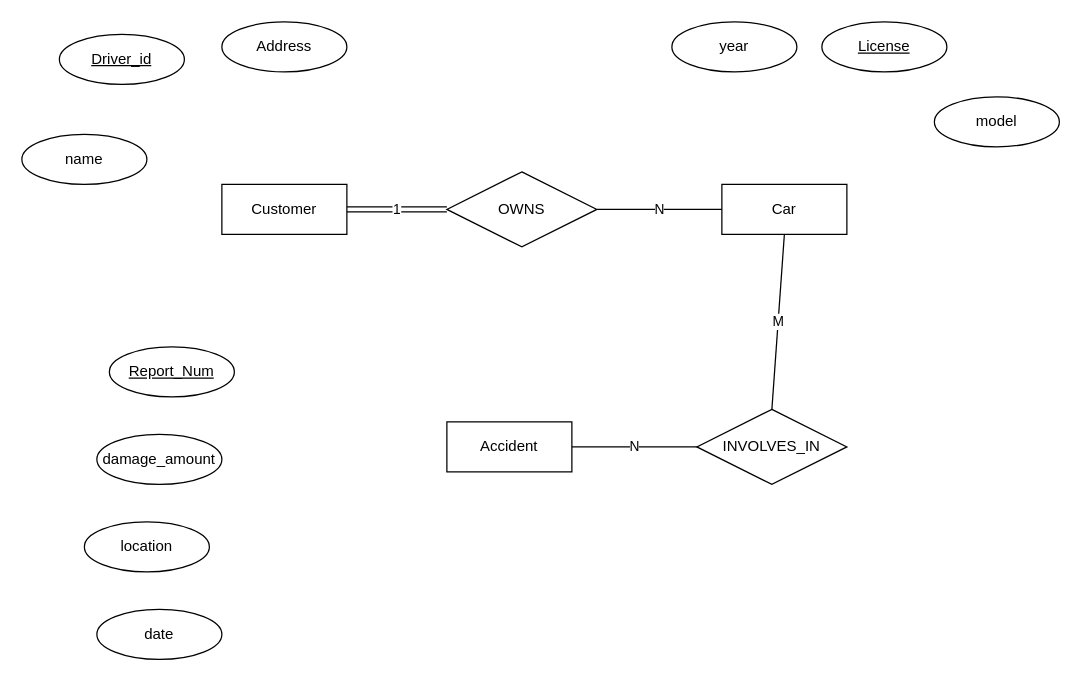
Above: Lab_9.drawio in saiaungkyawmaw/ER-diagram_DatabaseClass (draw.io), before the change. Source tidied: cells renumbered, new cells numbered last; positions are measured from the earlier drawing's top-left corner, leaving out a move shared by most shapes. Both pictures are drawn from the tidied source at 125%, with x=0, y=0 at pixel (21, 21).
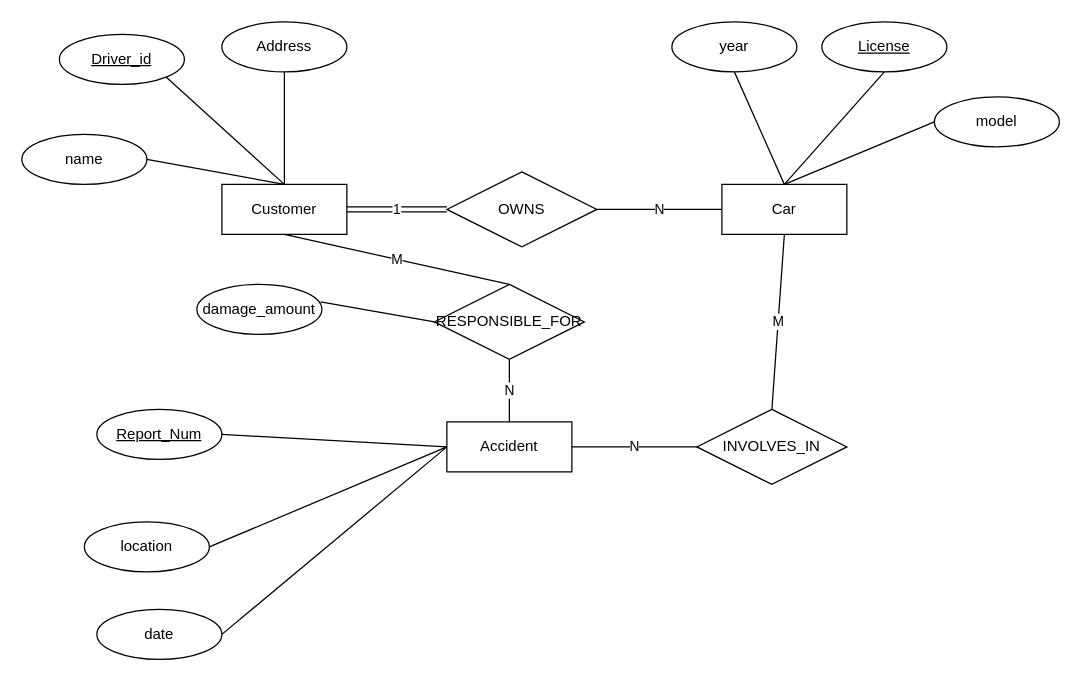
The same page after the edit.

The change refers to these unchanged cells:
```xml
<mxCell id="2" value="Customer" style="whiteSpace=wrap;html=1;align=center;" parent="1" vertex="1">
  <mxGeometry x="160" y="130" width="100" height="40" as="geometry" />
</mxCell>
<mxCell id="3" value="Car" style="whiteSpace=wrap;html=1;align=center;" parent="1" vertex="1">
  <mxGeometry x="560" y="130" width="100" height="40" as="geometry" />
</mxCell>
<mxCell id="4" value="Accident" style="whiteSpace=wrap;html=1;align=center;" parent="1" vertex="1">
  <mxGeometry x="340" y="320" width="100" height="40" as="geometry" />
</mxCell>
<mxCell id="5" value="Driver_id" style="ellipse;whiteSpace=wrap;html=1;align=center;fontStyle=4;" parent="1" vertex="1">
  <mxGeometry x="30" y="10" width="100" height="40" as="geometry" />
</mxCell>
<mxCell id="6" value="name" style="ellipse;whiteSpace=wrap;html=1;align=center;" parent="1" vertex="1">
  <mxGeometry y="90" width="100" height="40" as="geometry" />
</mxCell>
<mxCell id="7" value="Address" style="ellipse;whiteSpace=wrap;html=1;align=center;" parent="1" vertex="1">
  <mxGeometry x="160" width="100" height="40" as="geometry" />
</mxCell>
<mxCell id="9" value="License" style="ellipse;whiteSpace=wrap;html=1;align=center;fontStyle=4;" parent="1" vertex="1">
  <mxGeometry x="640" width="100" height="40" as="geometry" />
</mxCell>
<mxCell id="10" value="year" style="ellipse;whiteSpace=wrap;html=1;align=center;" parent="1" vertex="1">
  <mxGeometry x="520" width="100" height="40" as="geometry" />
</mxCell>
<mxCell id="11" value="model" style="ellipse;whiteSpace=wrap;html=1;align=center;" parent="1" vertex="1">
  <mxGeometry x="730" y="60" width="100" height="40" as="geometry" />
</mxCell>
<mxCell id="19" value="location" style="ellipse;whiteSpace=wrap;html=1;align=center;" parent="1" vertex="1">
  <mxGeometry x="50" y="400" width="100" height="40" as="geometry" />
</mxCell>
<mxCell id="20" value="date" style="ellipse;whiteSpace=wrap;html=1;align=center;" parent="1" vertex="1">
  <mxGeometry x="60" y="470" width="100" height="40" as="geometry" />
</mxCell>
```

What changed in the source:
```diff
@@
     <mxCell id="17" value="Report_Num" style="ellipse;whiteSpace=wrap;html=1;align=center;fontStyle=4;" parent="1" vertex="1">
-      <mxGeometry x="70" y="260" width="100" height="40" as="geometry" />
+      <mxGeometry x="60" y="310" width="100" height="40" as="geometry" />
     </mxCell>
     <mxCell id="18" value="damage_amount" style="ellipse;whiteSpace=wrap;html=1;align=center;" parent="1" vertex="1">
-      <mxGeometry x="60" y="330" width="100" height="40" as="geometry" />
+      <mxGeometry x="140" y="210" width="100" height="40" as="geometry" />
     </mxCell>
@@
+    <mxCell id="21" style="endArrow=none;html=1;rounded=0;exitX=1;exitY=0.5;exitDx=0;exitDy=0;" parent="1" edge="1" source="6">
+      <mxGeometry relative="1" as="geometry">
+        <mxPoint x="210" y="130" as="targetPoint" />
+      </mxGeometry>
+    </mxCell>
+    <mxCell id="22" style="endArrow=none;html=1;rounded=0;exitX=1;exitY=1;exitDx=0;exitDy=0;" parent="1" edge="1" source="5">
+      <mxGeometry relative="1" as="geometry">
+        <mxPoint x="210" y="130" as="targetPoint" />
+      </mxGeometry>
+    </mxCell>
+    <mxCell id="23" style="endArrow=none;html=1;rounded=0;exitX=0.5;exitY=1;exitDx=0;exitDy=0;entryX=0.5;entryY=0;entryDx=0;entryDy=0;" parent="1" edge="1" source="7" target="2">
+      <mxGeometry relative="1" as="geometry" />
+    </mxCell>
+    <mxCell id="24" style="endArrow=none;html=1;rounded=0;exitX=1;exitY=0.5;exitDx=0;exitDy=0;" parent="1" edge="1" source="17">
+      <mxGeometry relative="1" as="geometry">
+        <mxPoint x="340" y="340" as="targetPoint" />
+      </mxGeometry>
+    </mxCell>
+    <mxCell id="25" style="endArrow=none;html=1;rounded=0;exitX=0.99;exitY=0.35;exitDx=0;exitDy=0;exitPerimeter=0;entryX=0;entryY=0.5;entryDx=0;entryDy=0;" parent="1" edge="1" source="18" target="31">
+      <mxGeometry relative="1" as="geometry" />
+    </mxCell>
+    <mxCell id="26" style="endArrow=none;html=1;rounded=0;exitX=1;exitY=0.5;exitDx=0;exitDy=0;entryX=0;entryY=0.5;entryDx=0;entryDy=0;" parent="1" edge="1" source="19" target="4">
+      <mxGeometry relative="1" as="geometry" />
+    </mxCell>
+    <mxCell id="27" style="endArrow=none;html=1;rounded=0;exitX=1;exitY=0.5;exitDx=0;exitDy=0;" parent="1" edge="1" source="20">
+      <mxGeometry relative="1" as="geometry">
+        <mxPoint x="340" y="340" as="targetPoint" />
+      </mxGeometry>
+    </mxCell>
+    <mxCell id="28" style="endArrow=none;html=1;rounded=0;entryX=0.5;entryY=1;entryDx=0;entryDy=0;" parent="1" edge="1" target="10">
+      <mxGeometry relative="1" as="geometry">
+        <mxPoint x="610" y="130" as="sourcePoint" />
+      </mxGeometry>
+    </mxCell>
+    <mxCell id="29" style="endArrow=none;html=1;rounded=0;entryX=0.5;entryY=1;entryDx=0;entryDy=0;exitX=0.5;exitY=0;exitDx=0;exitDy=0;" parent="1" edge="1" source="3" target="9">
+      <mxGeometry relative="1" as="geometry" />
+    </mxCell>
+    <mxCell id="30" style="endArrow=none;html=1;rounded=0;entryX=0;entryY=0.5;entryDx=0;entryDy=0;exitX=0.5;exitY=0;exitDx=0;exitDy=0;" parent="1" edge="1" source="3" target="11">
+      <mxGeometry relative="1" as="geometry" />
+    </mxCell>
+    <mxCell id="31" value="RESPONSIBLE_FOR" style="shape=rhombus;perimeter=rhombusPerimeter;whiteSpace=wrap;html=1;align=center;" parent="1" vertex="1">
+      <mxGeometry x="330" y="210" width="120" height="60" as="geometry" />
+    </mxCell>
+    <mxCell id="32" value="M" style="endArrow=none;html=1;rounded=0;exitX=0.5;exitY=1;exitDx=0;exitDy=0;entryX=0.5;entryY=0;entryDx=0;entryDy=0;" parent="1" edge="1" source="2" target="31">
+      <mxGeometry relative="1" as="geometry" />
+    </mxCell>
+    <mxCell id="33" value="N" style="endArrow=none;html=1;rounded=0;entryX=0.5;entryY=1;entryDx=0;entryDy=0;exitX=0.5;exitY=0;exitDx=0;exitDy=0;" parent="1" edge="1" source="4" target="31">
+      <mxGeometry relative="1" as="geometry" />
+    </mxCell>
```
